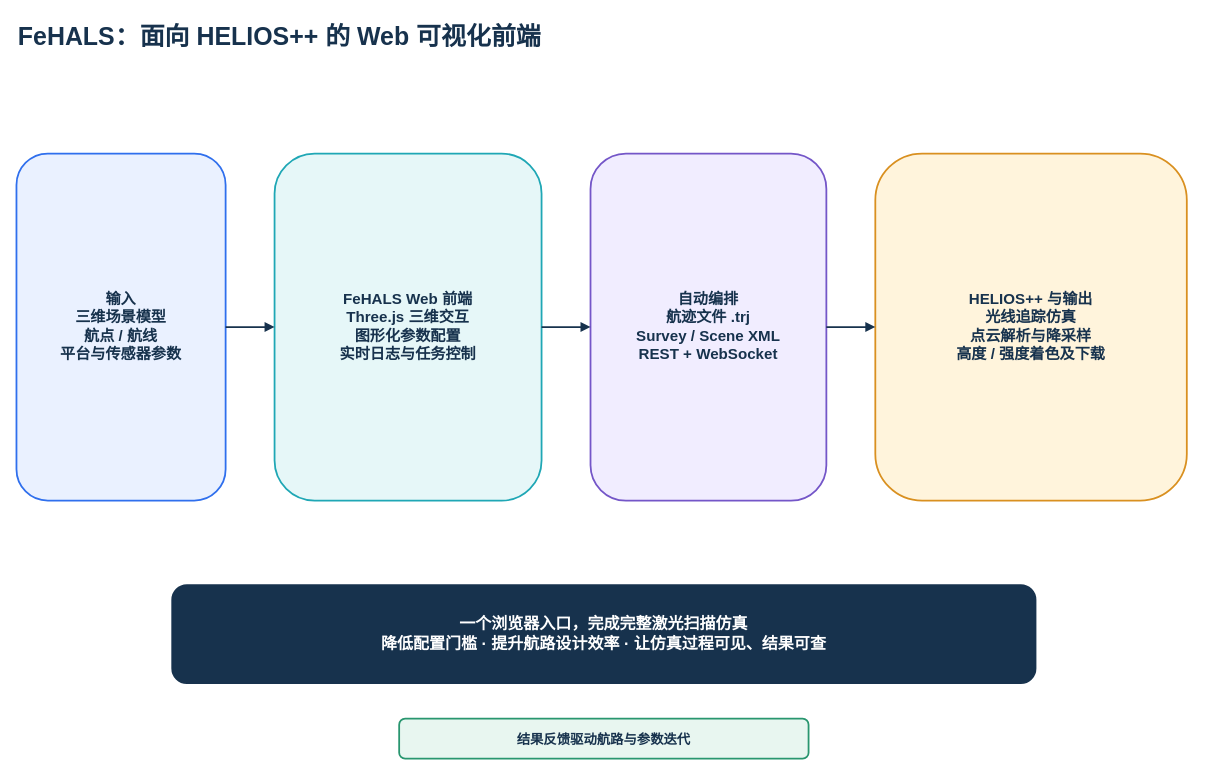
The draw.io diagram doc/figs/src/graphicalabstract.drawio in 2309175724-cyber/FeHALS, before the edit. Source tidied: cells renumbered, new cells numbered last; positions are measured from the earlier drawing's top-left corner, leaving out a move shared by most shapes. Both pictures are drawn from the tidied source at 89%, with x=0, y=0 at pixel (16, 15).
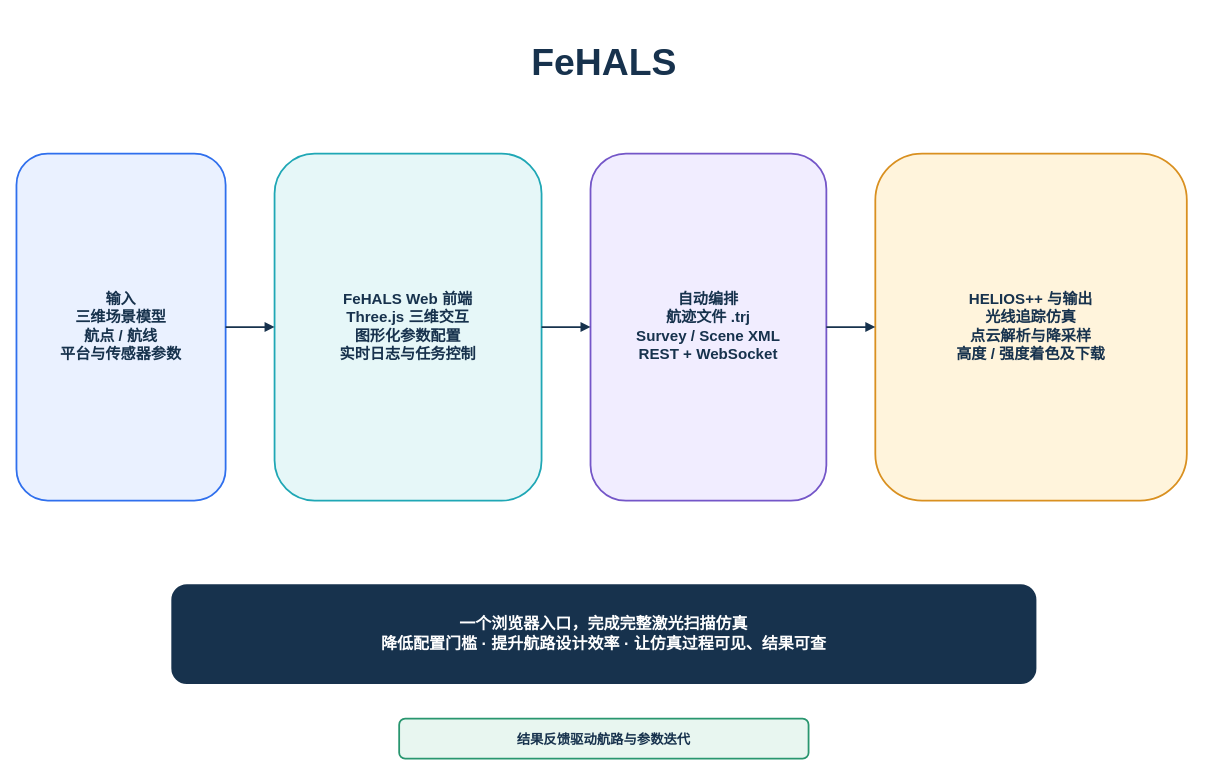
After the change.

What changed in the source:
```diff
@@
 <mxGraphModel>
   <root>
     <mxCell id="0" />
     <mxCell id="1" parent="0" />
-    <mxCell id="2" value="FeHALS：面向 HELIOS++ 的 Web 可视化前端" style="text;html=1;strokeColor=none;fillColor=none;fontColor=#17324D;fontFamily=Microsoft YaHei;fontSize=28;fontStyle=1;align=left;" parent="1" vertex="1">
-      <mxGeometry width="1320" height="50" as="geometry" />
+    <mxCell id="2" value="FeHALS" style="text;html=1;strokeColor=none;fillColor=none;fontColor=#17324D;fontFamily=Microsoft YaHei;fontSize=42;fontStyle=1;align=center;verticalAlign=middle;" parent="1" vertex="1">
+      <mxGeometry width="1320" height="105" as="geometry" />
     </mxCell>
     <mxCell id="3" value="输入&lt;br&gt;三维场景模型&lt;br&gt;航点 / 航线&lt;br&gt;平台与传感器参数" style="rounded=1;whiteSpace=wrap;html=1;fillColor=#EAF1FF;strokeColor=#2F6FED;strokeWidth=2;fontColor=#17324D;fontFamily=Microsoft YaHei;fontSize=17;spacing=8;fontStyle=1;" parent="1" vertex="1">
       <mxGeometry y="155" width="235" height="390" as="geometry" />
     </mxCell>
     <mxCell id="4" value="FeHALS Web 前端&lt;br&gt;Three.js 三维交互&lt;br&gt;图形化参数配置&lt;br&gt;实时日志与任务控制" style="rounded=1;whiteSpace=wrap;html=1;fillColor=#E6F7F8;strokeColor=#1FA7B5;strokeWidth=2;fontColor=#17324D;fontFamily=Microsoft YaHei;fontSize=17;spacing=8;fontStyle=1;" parent="1" vertex="1">
       <mxGeometry x="290" y="155" width="300" height="390" as="geometry" />
     </mxCell>
     <mxCell id="5" value="自动编排&lt;br&gt;航迹文件 .trj&lt;br&gt;Survey / Scene XML&lt;br&gt;REST + WebSocket" style="rounded=1;whiteSpace=wrap;html=1;fillColor=#F1EDFF;strokeColor=#7456C8;strokeWidth=2;fontColor=#17324D;fontFamily=Microsoft YaHei;fontSize=17;spacing=8;fontStyle=1;" parent="1" vertex="1">
       <mxGeometry x="645" y="155" width="265" height="390" as="geometry" />
     </mxCell>
     <mxCell id="6" value="HELIOS++ 与输出&lt;br&gt;光线追踪仿真&lt;br&gt;点云解析与降采样&lt;br&gt;高度 / 强度着色及下载" style="rounded=1;whiteSpace=wrap;html=1;fillColor=#FFF4DC;strokeColor=#D99020;strokeWidth=2;fontColor=#17324D;fontFamily=Microsoft YaHei;fontSize=17;spacing=8;fontStyle=1;" parent="1" vertex="1">
       <mxGeometry x="965" y="155" width="350" height="390" as="geometry" />
     </mxCell>
     <mxCell id="7" style="edgeStyle=orthogonalEdgeStyle;rounded=0;html=1;strokeColor=#17324D;strokeWidth=2;endArrow=block;endFill=1;" parent="1" edge="1" source="3" target="4">
       <mxGeometry relative="1" as="geometry" />
     </mxCell>
     <mxCell id="8" style="edgeStyle=orthogonalEdgeStyle;rounded=0;html=1;strokeColor=#17324D;strokeWidth=2;endArrow=block;endFill=1;" parent="1" edge="1" source="4" target="5">
       <mxGeometry relative="1" as="geometry" />
     </mxCell>
     <mxCell id="9" style="edgeStyle=orthogonalEdgeStyle;rounded=0;html=1;strokeColor=#17324D;strokeWidth=2;endArrow=block;endFill=1;" parent="1" edge="1" source="5" target="6">
       <mxGeometry relative="1" as="geometry" />
     </mxCell>
     <mxCell id="10" value="一个浏览器入口，完成完整激光扫描仿真&lt;br&gt;降低配置门槛 · 提升航路设计效率 · 让仿真过程可见、结果可查" style="rounded=1;whiteSpace=wrap;html=1;fillColor=#17324D;strokeColor=#17324D;strokeWidth=2;fontColor=#17324D;fontFamily=Microsoft YaHei;fontSize=18;spacing=8;fontColor=#FFFFFF;fontStyle=1;" parent="1" vertex="1">
       <mxGeometry x="175" y="640" width="970" height="110" as="geometry" />
     </mxCell>
     <mxCell id="11" value="结果反馈驱动航路与参数迭代" style="rounded=1;whiteSpace=wrap;html=1;fillColor=#E8F6F0;strokeColor=#29966F;strokeWidth=2;fontColor=#17324D;fontFamily=Microsoft YaHei;fontSize=15;spacing=8;fontStyle=1;" parent="1" vertex="1">
       <mxGeometry x="430" y="790" width="460" height="45" as="geometry" />
     </mxCell>
   </root>
 </mxGraphModel>
```
